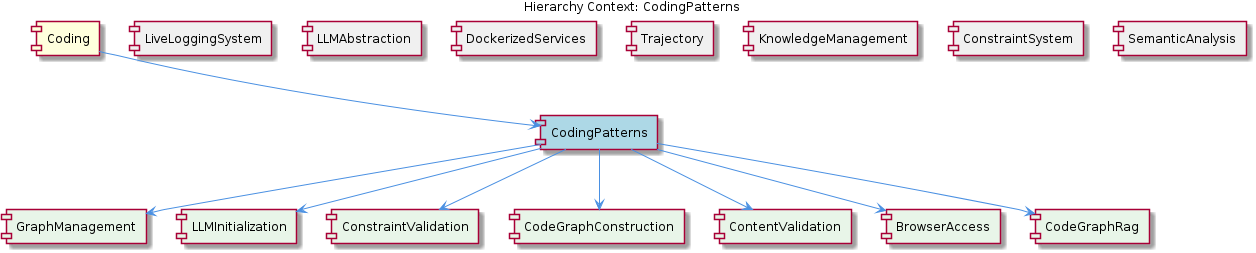
Before: .data/knowledge-graph/insights/images/coding-patterns-relationship.png, a diagram exported from PlantUML (fwornle/coding). Its source is kept beside it as .data/knowledge-graph/insights/puml/coding-patterns-relationship.puml. The source it was exported from:
```plantuml
@startuml
!include _standard-style.puml

title Hierarchy Context: CodingPatterns

[Coding] as coding #FFFFDD
[CodingPatterns] as coding_patterns #LightBlue
[LiveLoggingSystem] as live_logging_system #F0F0F0
[LLMAbstraction] as llmabstraction #F0F0F0
[DockerizedServices] as dockerized_services #F0F0F0
[Trajectory] as trajectory #F0F0F0
[KnowledgeManagement] as knowledge_management #F0F0F0
[ConstraintSystem] as constraint_system #F0F0F0
[SemanticAnalysis] as semantic_analysis #F0F0F0
[GraphManagement] as graph_management #E8F5E8
[LLMInitialization] as llminitialization #E8F5E8
[ConstraintValidation] as constraint_validation #E8F5E8
[CodeGraphConstruction] as code_graph_construction #E8F5E8
[ContentValidation] as content_validation #E8F5E8
[BrowserAccess] as browser_access #E8F5E8
[CodeGraphRag] as code_graph_rag #E8F5E8

coding --> coding_patterns
live_logging_system -[hidden]- coding_patterns
llmabstraction -[hidden]- coding_patterns
dockerized_services -[hidden]- coding_patterns
trajectory -[hidden]- coding_patterns
knowledge_management -[hidden]- coding_patterns
constraint_system -[hidden]- coding_patterns
semantic_analysis -[hidden]- coding_patterns
coding_patterns --> graph_management
coding_patterns --> llminitialization
coding_patterns --> constraint_validation
coding_patterns --> code_graph_construction
coding_patterns --> content_validation
coding_patterns --> browser_access
coding_patterns --> code_graph_rag

@enduml
```
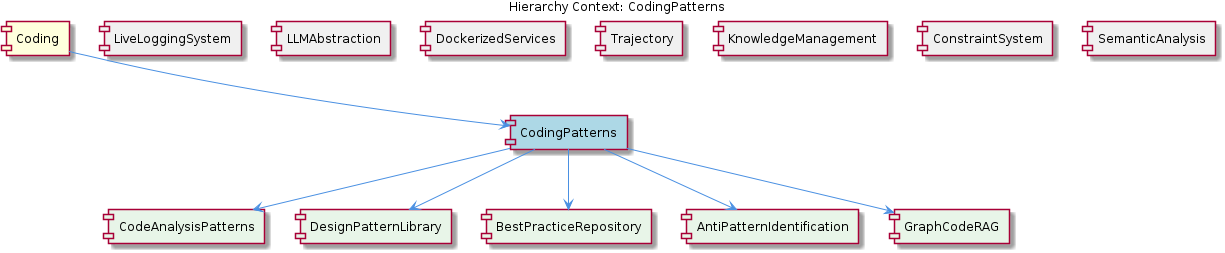
The same file after the commit.

Change to the diagram source:
```diff
@@ -12,13 +12,11 @@
 [KnowledgeManagement] as knowledge_management #F0F0F0
 [ConstraintSystem] as constraint_system #F0F0F0
 [SemanticAnalysis] as semantic_analysis #F0F0F0
-[GraphManagement] as graph_management #E8F5E8
-[LLMInitialization] as llminitialization #E8F5E8
-[ConstraintValidation] as constraint_validation #E8F5E8
-[CodeGraphConstruction] as code_graph_construction #E8F5E8
-[ContentValidation] as content_validation #E8F5E8
-[BrowserAccess] as browser_access #E8F5E8
-[CodeGraphRag] as code_graph_rag #E8F5E8
+[CodeAnalysisPatterns] as code_analysis_patterns #E8F5E8
+[DesignPatternLibrary] as design_pattern_library #E8F5E8
+[BestPracticeRepository] as best_practice_repository #E8F5E8
+[AntiPatternIdentification] as anti_pattern_identification #E8F5E8
+[GraphCodeRAG] as graph_code_rag #E8F5E8
 
 coding --> coding_patterns
 live_logging_system -[hidden]- coding_patterns
@@ -28,12 +26,10 @@
 knowledge_management -[hidden]- coding_patterns
 constraint_system -[hidden]- coding_patterns
 semantic_analysis -[hidden]- coding_patterns
-coding_patterns --> graph_management
-coding_patterns --> llminitialization
-coding_patterns --> constraint_validation
-coding_patterns --> code_graph_construction
-coding_patterns --> content_validation
-coding_patterns --> browser_access
-coding_patterns --> code_graph_rag
+coding_patterns --> code_analysis_patterns
+coding_patterns --> design_pattern_library
+coding_patterns --> best_practice_repository
+coding_patterns --> anti_pattern_identification
+coding_patterns --> graph_code_rag
 
 @enduml
```
